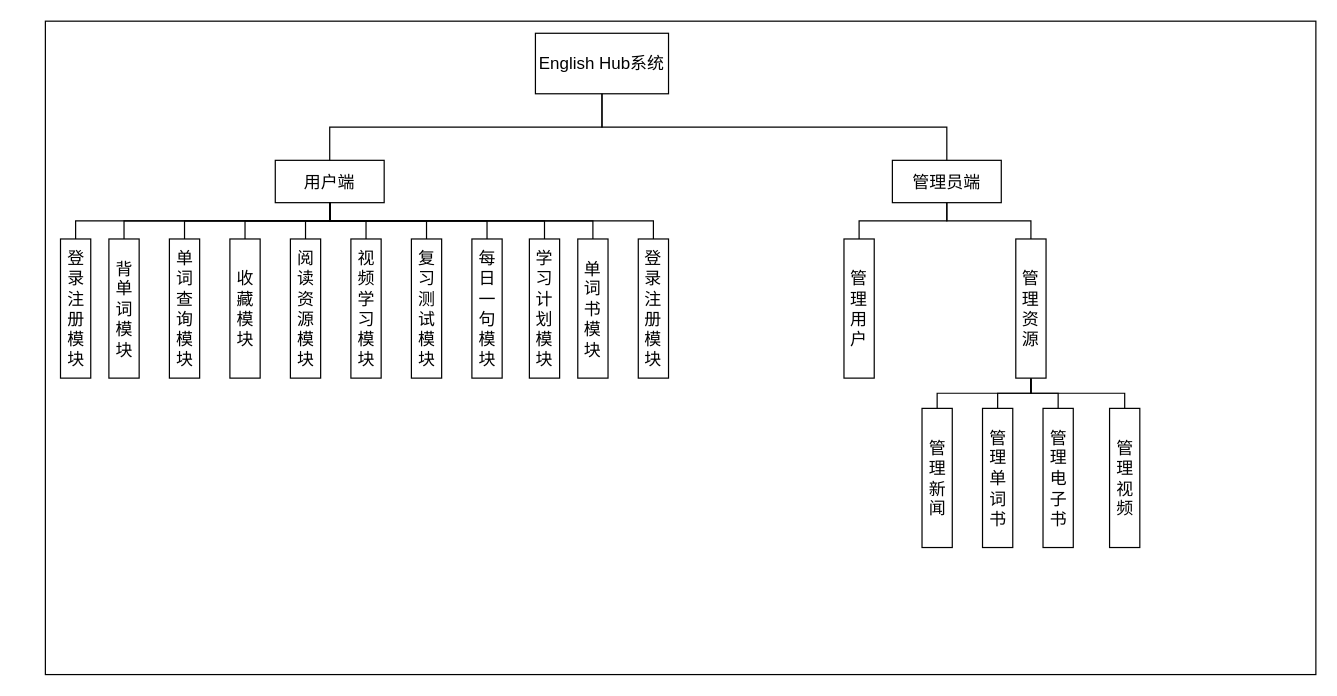
Above: 系统需求分析框架.drawio in 6Yolo6/GraduationDesign (draw.io), before the change. Source tidied: cells renumbered, new cells numbered last; positions are measured from the earlier drawing's top-left corner, leaving out a move shared by most shapes. Both pictures are drawn from the tidied source at 121%, with x=0, y=0 at pixel (45, 21).
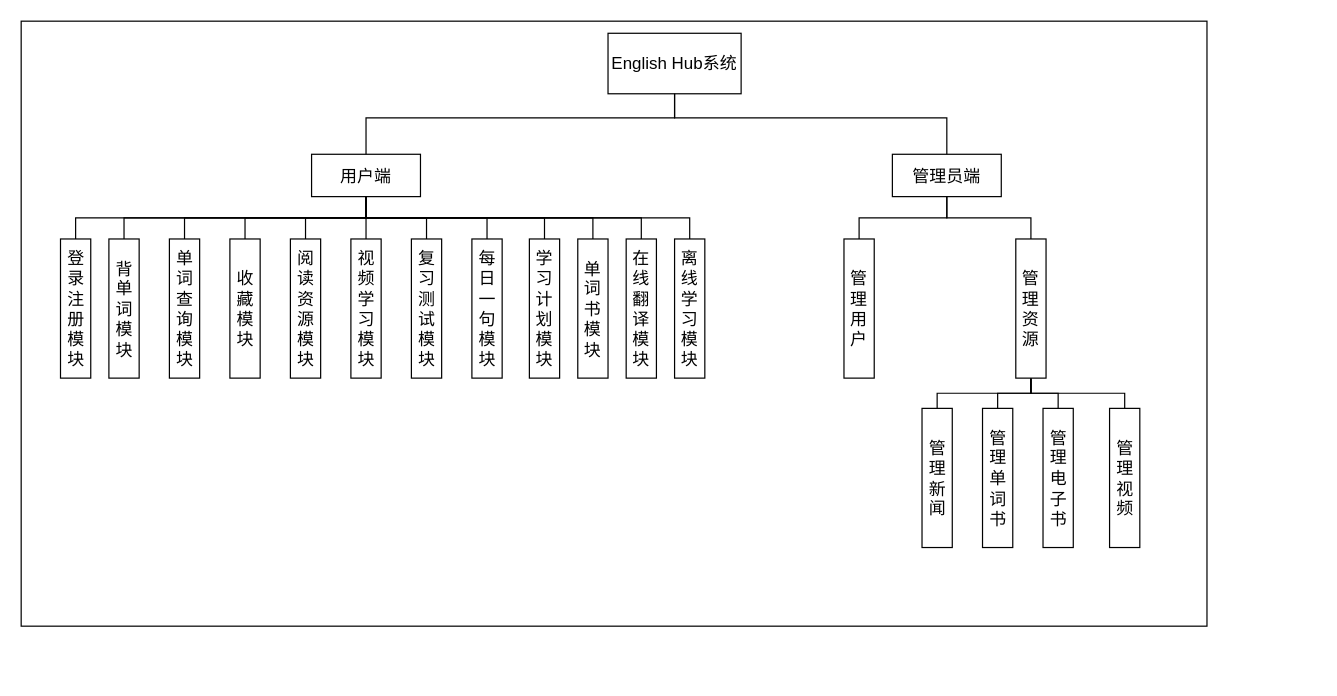
The same page after the edit.

Commit message:
更新系统需求分析框架.drawio

Diff of the diagram source:
```diff
@@
     <mxCell id="2" style="rounded=0;whiteSpace=wrap;html=1;" parent="1" vertex="1">
-      <mxGeometry width="1050" height="540" as="geometry" />
+      <mxGeometry x="-20" width="980" height="500" as="geometry" />
     </mxCell>
     <mxCell id="3" value="English Hub系统" style="rounded=0;whiteSpace=wrap;html=1;fontSize=14;" parent="1" vertex="1">
-      <mxGeometry x="405" y="10" width="110" height="50" as="geometry" />
+      <mxGeometry x="465" y="10" width="110" height="50" as="geometry" />
     </mxCell>
     <mxCell id="4" value="用户端" style="rounded=0;whiteSpace=wrap;html=1;fontSize=14;" parent="1" vertex="1">
-      <mxGeometry x="190" y="115" width="90" height="35" as="geometry" />
+      <mxGeometry x="220" y="110" width="90" height="35" as="geometry" />
     </mxCell>
     <mxCell id="5" value="管理员端" style="rounded=0;whiteSpace=wrap;html=1;fontSize=14;" parent="1" vertex="1">
-      <mxGeometry x="700" y="115" width="90" height="35" as="geometry" />
+      <mxGeometry x="700" y="110" width="90" height="35" as="geometry" />
     </mxCell>
@@
     <mxCell id="7" style="endArrow=none;html=1;rounded=0;entryX=0.5;entryY=1;entryDx=0;entryDy=0;edgeStyle=orthogonalEdgeStyle;exitX=0.5;exitY=0;exitDx=0;exitDy=0;" parent="1" edge="1" source="4" target="3">
-      <mxGeometry relative="1" as="geometry" />
+      <mxGeometry relative="1" as="geometry">
+        <Array as="points">
+          <mxPoint x="265" y="80" />
+          <mxPoint x="520" y="80" />
+        </Array>
+      </mxGeometry>
     </mxCell>
-    <mxCell id="8" style="endArrow=none;html=1;rounded=0;entryX=0.5;entryY=1;entryDx=0;entryDy=0;exitX=0.5;exitY=0;exitDx=0;exitDy=0;edgeStyle=orthogonalEdgeStyle;" parent="1" edge="1" source="5" target="3">
-      <mxGeometry relative="1" as="geometry" />
-    </mxCell>
@@
-    <mxCell id="33" value="登录注册模块" style="rounded=0;whiteSpace=wrap;html=1;fontSize=14;direction=south;" parent="1" vertex="1">
-      <mxGeometry x="490" y="180" width="25" height="115" as="geometry" />
-    </mxCell>
@@
-    <mxCell id="38" style="endArrow=none;html=1;rounded=0;entryX=0.5;entryY=1;entryDx=0;entryDy=0;exitX=0;exitY=0.5;exitDx=0;exitDy=0;edgeStyle=orthogonalEdgeStyle;" parent="1" edge="1" source="33" target="4">
-      <mxGeometry relative="1" as="geometry" />
-    </mxCell>
@@
+    <mxCell id="42" value="在线翻译模块" style="rounded=0;whiteSpace=wrap;html=1;fontSize=14;direction=south;" parent="1" vertex="1">
+      <mxGeometry x="480" y="180" width="25" height="115" as="geometry" />
+    </mxCell>
+    <mxCell id="43" value="离线学习模块" style="rounded=0;whiteSpace=wrap;html=1;fontSize=14;direction=south;" parent="1" vertex="1">
+      <mxGeometry x="520" y="180" width="25" height="115" as="geometry" />
+    </mxCell>
+    <mxCell id="44" style="endArrow=none;html=1;rounded=0;edgeStyle=orthogonalEdgeStyle;exitX=0;exitY=0.5;exitDx=0;exitDy=0;entryX=0.5;entryY=1;entryDx=0;entryDy=0;" parent="1" edge="1" source="42" target="4">
+      <mxGeometry relative="1" as="geometry" />
+    </mxCell>
+    <mxCell id="45" style="endArrow=none;html=1;rounded=0;edgeStyle=orthogonalEdgeStyle;exitX=0;exitY=0.5;exitDx=0;exitDy=0;entryX=0.5;entryY=1;entryDx=0;entryDy=0;" parent="1" edge="1" source="43" target="4">
+      <mxGeometry relative="1" as="geometry" />
+    </mxCell>
+    <mxCell id="8" style="endArrow=none;html=1;rounded=0;edgeStyle=orthogonalEdgeStyle;entryX=0.5;entryY=1;entryDx=0;entryDy=0;exitX=0.5;exitY=0;exitDx=0;exitDy=0;" parent="1" edge="1" source="5" target="3">
+      <mxGeometry relative="1" as="geometry">
+        <Array as="points">
+          <mxPoint x="745" y="80" />
+          <mxPoint x="520" y="80" />
+        </Array>
+      </mxGeometry>
+    </mxCell>
```
